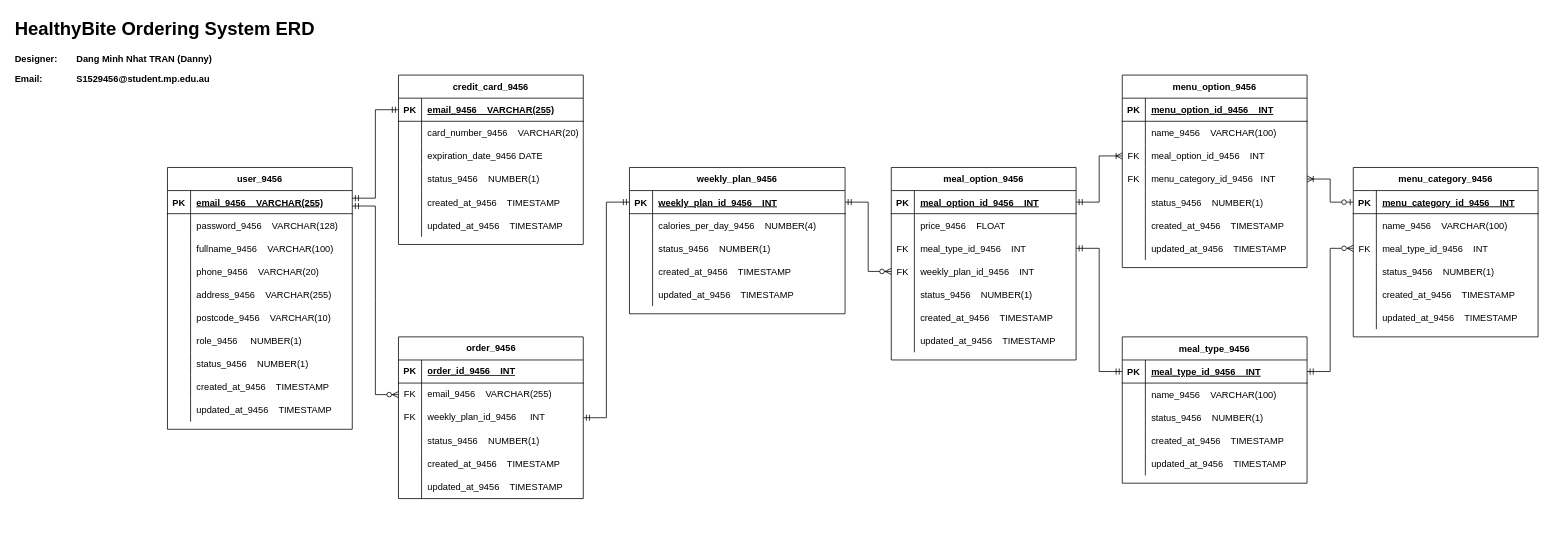
Earlier version of the draw.io diagram Untitled Diagram.drawio (DannyTran3000/er_diagram). Source tidied: cells renumbered, new cells numbered last; positions are measured from the earlier drawing's top-left corner, leaving out a move shared by most shapes. Both pictures are drawn from the tidied source at 77%, with x=0, y=0 at pixel (13, 13).
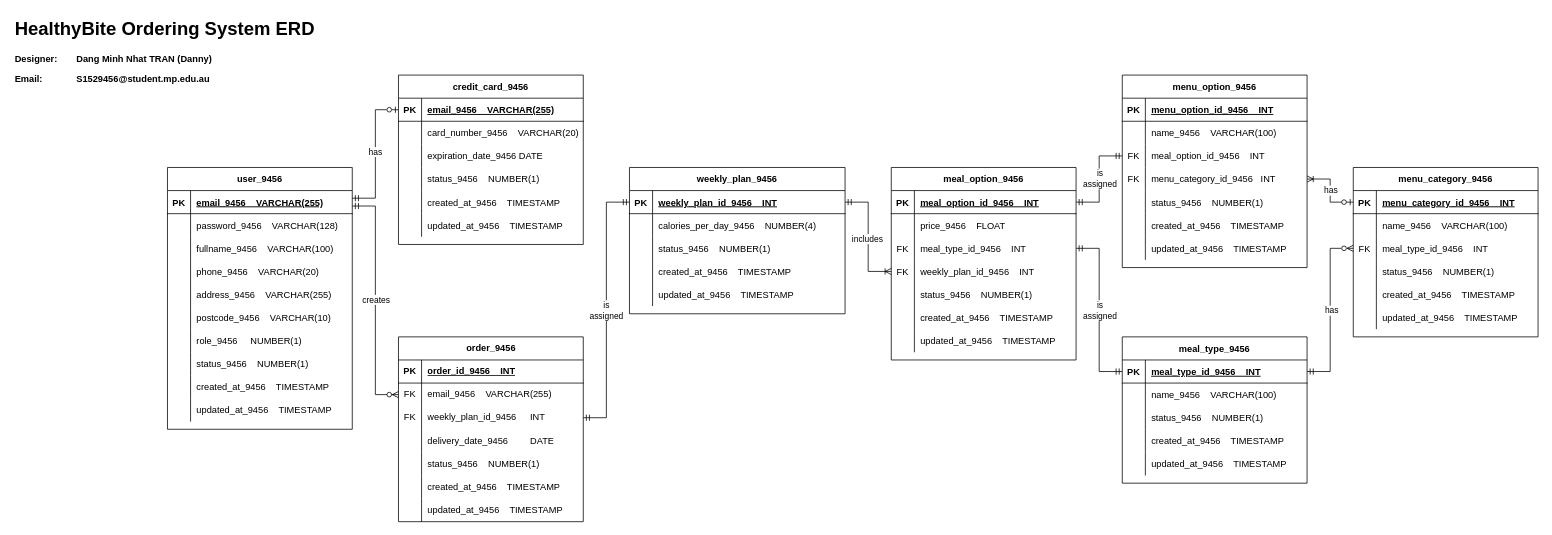
After the change.

The change refers to these unchanged cells:
```xml
<mxCell id="3" style="shape=partialRectangle;fillColor=none;points=[[0,0.5],[1,0.5]];portConstraint=eastwest;top=0;left=0;right=0;bottom=1;" parent="2" vertex="1">
  <mxGeometry y="30" width="240" height="30" as="geometry" />
</mxCell>
<mxCell id="22" style="shape=partialRectangle;fillColor=none;points=[[0,0.5],[1,0.5]];portConstraint=eastwest;top=0;left=0;right=0;bottom=1;" parent="21" vertex="1">
  <mxGeometry y="30" width="240" height="30" as="geometry" />
</mxCell>
<mxCell id="31" style="shape=partialRectangle;fillColor=none;points=[[0,0.5],[1,0.5]];portConstraint=eastwest;top=0;left=0;right=0;bottom=0;" parent="21" vertex="1">
  <mxGeometry y="120" width="240" height="30" as="geometry" />
</mxCell>
<mxCell id="44" style="shape=partialRectangle;fillColor=none;points=[[0,0.5],[1,0.5]];portConstraint=eastwest;top=0;left=0;right=0;bottom=1;" parent="43" vertex="1">
  <mxGeometry y="30" width="240" height="30" as="geometry" />
</mxCell>
<mxCell id="76" style="shape=partialRectangle;fillColor=none;points=[[0,0.5],[1,0.5]];portConstraint=eastwest;top=0;left=0;right=0;bottom=1;" parent="75" vertex="1">
  <mxGeometry y="30" width="280" height="30" as="geometry" />
</mxCell>
<mxCell id="99" style="shape=partialRectangle;fillColor=none;points=[[0,0.5],[1,0.5]];portConstraint=eastwest;top=0;left=0;right=0;bottom=0;" parent="92" vertex="1">
  <mxGeometry y="90" width="240" height="30" as="geometry" />
</mxCell>
<mxCell id="149" style="edgeStyle=entityRelationEdgeStyle;fontSize=12;html=1;endArrow=ERzeroToOne;startArrow=ERoneToMany;rounded=0;exitX=1;exitY=0.5;exitDx=0;exitDy=0;entryX=0;entryY=0.5;entryDx=0;entryDy=0;startFill=0;" parent="1" edge="1" source="102" target="115">
  <mxGeometry relative="1" as="geometry" />
</mxCell>
<mxCell id="150" style="edgeStyle=entityRelationEdgeStyle;fontSize=12;html=1;endArrow=ERmandOne;endFill=0;rounded=0;exitX=1;exitY=0.5;exitDx=0;exitDy=0;entryX=0;entryY=0.5;entryDx=0;entryDy=0;startArrow=ERmandOne;startFill=0;" parent="1" edge="1" source="28" target="134">
  <mxGeometry relative="1" as="geometry" />
</mxCell>
<mxCell id="151" style="edgeStyle=entityRelationEdgeStyle;fontSize=12;html=1;endArrow=ERzeroToMany;endFill=0;rounded=0;entryX=0;entryY=0.5;entryDx=0;entryDy=0;exitX=1;exitY=0.5;exitDx=0;exitDy=0;startArrow=ERmandOne;startFill=0;" parent="1" edge="1" source="134" target="121">
  <mxGeometry relative="1" as="geometry" />
</mxCell>
<mxCell id="153" style="edgeStyle=entityRelationEdgeStyle;fontSize=12;html=1;endArrow=ERzeroToMany;endFill=1;rounded=0;startArrow=ERmandOne;startFill=0;exitX=1;exitY=0.669;exitDx=0;exitDy=0;exitPerimeter=0;entryX=0;entryY=0.5;entryDx=0;entryDy=0;" parent="1" edge="1" source="44" target="160">
  <mxGeometry relative="1" as="geometry" />
</mxCell>
<mxCell id="154" style="edgeStyle=entityRelationEdgeStyle;fontSize=12;html=1;endArrow=ERmandOne;endFill=0;rounded=0;exitX=1;exitY=0.5;exitDx=0;exitDy=0;entryX=0;entryY=0.5;entryDx=0;entryDy=0;startArrow=ERmandOne;startFill=0;" parent="1" edge="1" source="163" target="76">
  <mxGeometry relative="1" as="geometry" />
</mxCell>
<mxCell id="166" style="shape=tableRow;horizontal=0;startSize=0;swimlaneHead=0;swimlaneBody=0;fillColor=none;top=0;left=0;right=0;bottom=0;" parent="156" vertex="1">
  <mxGeometry y="120" width="240" height="30" as="geometry" />
</mxCell>
<mxCell id="169" style="shape=tableRow;horizontal=0;startSize=0;swimlaneHead=0;swimlaneBody=0;fillColor=none;top=0;left=0;right=0;bottom=0;" parent="156" vertex="1">
  <mxGeometry y="150" width="240" height="30" as="geometry" />
</mxCell>
<mxCell id="172" style="shape=tableRow;horizontal=0;startSize=0;swimlaneHead=0;swimlaneBody=0;fillColor=none;top=0;left=0;right=0;bottom=0;" parent="156" vertex="1">
  <mxGeometry y="180" width="240" height="30" as="geometry" />
</mxCell>
```

What changed in the source:
```diff
@@
-    <mxCell id="74" style="edgeStyle=entityRelationEdgeStyle;fontSize=12;html=1;endArrow=ERmandOne;startArrow=ERmandOne;rounded=0;entryX=0;entryY=0.5;entryDx=0;entryDy=0;startFill=0;endFill=0;exitX=1;exitY=0.329;exitDx=0;exitDy=0;exitPerimeter=0;" parent="1" edge="1" source="44" target="3">
+    <mxCell id="74" style="edgeStyle=entityRelationEdgeStyle;fontSize=12;html=1;endArrow=ERzeroToOne;startArrow=ERmandOne;rounded=0;entryX=0;entryY=0.5;entryDx=0;entryDy=0;startFill=0;endFill=0;exitX=1;exitY=0.329;exitDx=0;exitDy=0;exitPerimeter=0;" parent="1" edge="1" source="44" target="3">
       <mxGeometry relative="1" as="geometry" />
     </mxCell>
+    <mxCell id="175" value="has" style="edgeLabel;html=1;align=center;verticalAlign=middle;" parent="74" vertex="1">
+      <mxGeometry x="0.03" y="1" relative="1" as="geometry" />
+    </mxCell>
@@
-    <mxCell id="91" style="edgeStyle=entityRelationEdgeStyle;fontSize=12;html=1;endArrow=ERzeroToMany;startArrow=ERmandOne;rounded=0;exitX=1;exitY=0.5;exitDx=0;exitDy=0;entryX=0;entryY=0.5;entryDx=0;entryDy=0;startFill=0;" parent="1" edge="1" source="76" target="31">
+    <mxCell id="91" style="edgeStyle=entityRelationEdgeStyle;fontSize=12;html=1;endArrow=ERoneToMany;startArrow=ERmandOne;rounded=0;exitX=1;exitY=0.5;exitDx=0;exitDy=0;entryX=0;entryY=0.5;entryDx=0;entryDy=0;startFill=0;endFill=0;" parent="1" edge="1" source="76" target="31">
       <mxGeometry relative="1" as="geometry" />
     </mxCell>
+    <mxCell id="176" value="includes" style="edgeLabel;html=1;align=center;verticalAlign=middle;" parent="91" vertex="1">
+      <mxGeometry x="0.02" y="-2" relative="1" as="geometry" />
+    </mxCell>
@@
+    <mxCell id="177" value="has" style="edgeLabel;html=1;align=center;verticalAlign=middle;" parent="149" vertex="1">
+      <mxGeometry x="-0.02" relative="1" as="geometry" />
+    </mxCell>
@@
+    <mxCell id="178" value="is&lt;div&gt;assigned&lt;/div&gt;" style="edgeLabel;html=1;align=center;verticalAlign=middle;" parent="150" vertex="1">
+      <mxGeometry relative="1" as="geometry" />
+    </mxCell>
@@
+    <mxCell id="179" value="has" style="edgeLabel;html=1;align=center;verticalAlign=middle;" parent="151" vertex="1">
+      <mxGeometry y="-1" relative="1" as="geometry" />
+    </mxCell>
-    <mxCell id="152" style="edgeStyle=entityRelationEdgeStyle;fontSize=12;html=1;endArrow=ERoneToMany;endFill=0;startArrow=ERmandOne;rounded=0;entryX=0;entryY=0.5;entryDx=0;entryDy=0;exitX=1;exitY=0.5;exitDx=0;exitDy=0;startFill=0;" parent="1" edge="1" source="22" target="99">
+    <mxCell id="152" style="edgeStyle=entityRelationEdgeStyle;fontSize=12;html=1;endArrow=ERmandOne;endFill=0;startArrow=ERmandOne;rounded=0;entryX=0;entryY=0.5;entryDx=0;entryDy=0;exitX=1;exitY=0.5;exitDx=0;exitDy=0;startFill=0;" parent="1" edge="1" source="22" target="99">
       <mxGeometry relative="1" as="geometry">
         <Array as="points">
           <mxPoint x="2090" y="730" />
         </Array>
       </mxGeometry>
     </mxCell>
+    <mxCell id="180" value="is&lt;div&gt;assigned&lt;/div&gt;" style="edgeLabel;html=1;align=center;verticalAlign=middle;" parent="152" vertex="1">
+      <mxGeometry x="0.02" relative="1" as="geometry" />
+    </mxCell>
@@
+    <mxCell id="181" value="creates" style="edgeLabel;html=1;align=center;verticalAlign=middle;" parent="153" vertex="1">
+      <mxGeometry x="-0.01" relative="1" as="geometry" />
+    </mxCell>
@@
+    <mxCell id="182" value="is&lt;div&gt;assigned&lt;/div&gt;" style="edgeLabel;html=1;align=center;verticalAlign=middle;" parent="154" vertex="1">
+      <mxGeometry y="1" relative="1" as="geometry" />
+    </mxCell>
@@
     <mxCell id="156" value="order_9456" style="shape=table;startSize=30;childLayout=tableLayout;rowLines=0;fontStyle=1;align=center;html=1;" parent="1" vertex="1">
-      <mxGeometry x="500" y="420" width="240" height="210" as="geometry" />
+      <mxGeometry x="500" y="420" width="240" height="240" as="geometry" />
     </mxCell>
@@
-    <mxCell id="168" value="&lt;span style=&quot;text-wrap: nowrap;&quot;&gt;status_9456&amp;nbsp; &amp;nbsp; NUMBER(1)&lt;/span&gt;" style="shape=partialRectangle;fillColor=none;top=0;left=0;bottom=0;right=0;align=left;spacingLeft=6;overflow=hidden;whiteSpace=wrap;html=1;" parent="166" vertex="1">
+    <mxCell id="168" value="&lt;span style=&quot;text-wrap: nowrap;&quot;&gt;delivery_date_9456&lt;span style=&quot;white-space: pre;&quot;&gt;&#9;&lt;/span&gt;&lt;span style=&quot;white-space: pre;&quot;&gt;&#9;&lt;/span&gt;DATE&lt;/span&gt;" style="shape=partialRectangle;fillColor=none;top=0;left=0;bottom=0;right=0;align=left;spacingLeft=6;overflow=hidden;whiteSpace=wrap;html=1;" parent="166" vertex="1">
       <mxGeometry x="30" width="210" height="30" as="geometry" />
     </mxCell>
@@
-    <mxCell id="171" value="&lt;span style=&quot;text-wrap: nowrap;&quot;&gt;created_at_9456&amp;nbsp; &amp;nbsp; TIMESTAMP&lt;/span&gt;" style="shape=partialRectangle;fillColor=none;top=0;left=0;bottom=0;right=0;align=left;spacingLeft=6;overflow=hidden;whiteSpace=wrap;html=1;" parent="169" vertex="1">
+    <mxCell id="171" value="&lt;span style=&quot;text-wrap: nowrap;&quot;&gt;status_9456&amp;nbsp; &amp;nbsp; NUMBER(1)&lt;/span&gt;" style="shape=partialRectangle;fillColor=none;top=0;left=0;bottom=0;right=0;align=left;spacingLeft=6;overflow=hidden;whiteSpace=wrap;html=1;" parent="169" vertex="1">
       <mxGeometry x="30" width="210" height="30" as="geometry" />
     </mxCell>
@@
-    <mxCell id="174" value="&lt;span style=&quot;text-wrap: nowrap;&quot;&gt;updated_at_9456&amp;nbsp; &amp;nbsp; TIMESTAMP&lt;/span&gt;" style="shape=partialRectangle;fillColor=none;top=0;left=0;bottom=0;right=0;align=left;spacingLeft=6;overflow=hidden;whiteSpace=wrap;html=1;" parent="172" vertex="1">
+    <mxCell id="174" value="&lt;span style=&quot;text-wrap: nowrap;&quot;&gt;created_at_9456&amp;nbsp; &amp;nbsp; TIMESTAMP&lt;/span&gt;" style="shape=partialRectangle;fillColor=none;top=0;left=0;bottom=0;right=0;align=left;spacingLeft=6;overflow=hidden;whiteSpace=wrap;html=1;" parent="172" vertex="1">
       <mxGeometry x="30" width="210" height="30" as="geometry" />
     </mxCell>
+    <mxCell id="183" style="shape=tableRow;horizontal=0;startSize=0;swimlaneHead=0;swimlaneBody=0;fillColor=none;top=0;left=0;right=0;bottom=0;" parent="156" vertex="1">
+      <mxGeometry y="210" width="240" height="30" as="geometry" />
+    </mxCell>
+    <mxCell id="184" style="shape=partialRectangle;fillColor=none;top=0;left=0;bottom=0;right=0;overflow=hidden;whiteSpace=wrap;html=1;" parent="183" vertex="1">
+      <mxGeometry width="30" height="30" as="geometry" />
+    </mxCell>
+    <mxCell id="185" value="&lt;span style=&quot;text-wrap: nowrap;&quot;&gt;updated_at_9456&amp;nbsp; &amp;nbsp; TIMESTAMP&lt;/span&gt;" style="shape=partialRectangle;fillColor=none;top=0;left=0;bottom=0;right=0;align=left;spacingLeft=6;overflow=hidden;whiteSpace=wrap;html=1;" parent="183" vertex="1">
+      <mxGeometry x="30" width="210" height="30" as="geometry" />
+    </mxCell>
```
